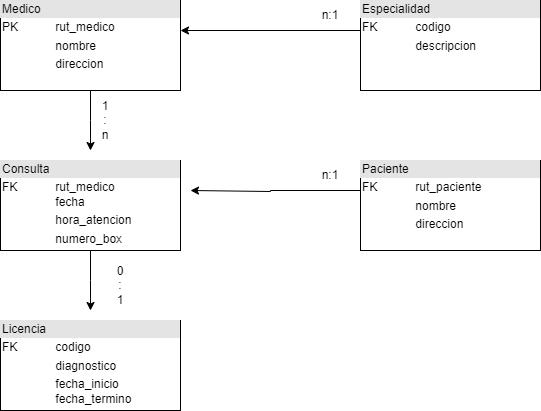
Before: EnzoFlores/DesafioModeloEntidadRelacion.png, a diagram exported from draw.io (G7-Full-Stack-Java-Trainee-0057/M3-Bases_de_Datos). Source tidied: cells renumbered, new cells last; positions are measured from the earlier drawing's top-left corner, leaving out a move shared by most shapes.
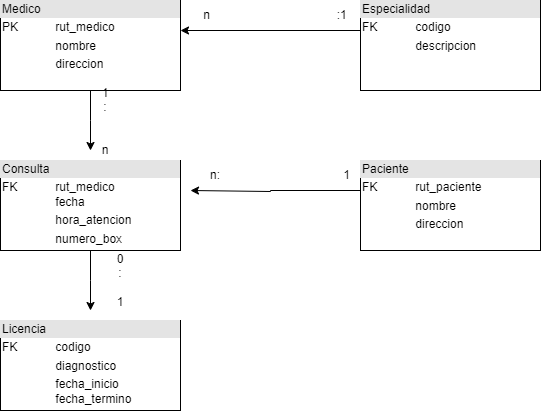
Later version of the same file.

Commit message:
Modificacion diagrama

Diff of the diagram source:
```diff
@@ -43,17 +43,17 @@
     <mxCell id="10" value="&lt;div style=&quot;box-sizing:border-box;width:100%;background:#e4e4e4;padding:2px;&quot;&gt;Licencia&lt;/div&gt;&lt;table style=&quot;width:100%;font-size:1em;&quot; cellpadding=&quot;2&quot; cellspacing=&quot;0&quot;&gt;&lt;tbody&gt;&lt;tr&gt;&lt;td&gt;FK&lt;span style=&quot;white-space: pre;&quot;&gt;&#9;&lt;/span&gt;&lt;span style=&quot;white-space: pre;&quot;&gt;&#9;&lt;/span&gt;codigo&lt;/td&gt;&lt;td&gt;&lt;/td&gt;&lt;/tr&gt;&lt;tr&gt;&lt;td&gt;&lt;span style=&quot;white-space: pre;&quot;&gt;&#9;&lt;/span&gt;&lt;span style=&quot;white-space: pre;&quot;&gt;&#9;&lt;/span&gt;diagnostico&lt;/td&gt;&lt;td&gt;&lt;br&gt;&lt;/td&gt;&lt;/tr&gt;&lt;tr&gt;&lt;td&gt;&lt;span style=&quot;white-space: pre;&quot;&gt;&#9;&lt;/span&gt;&lt;span style=&quot;white-space: pre;&quot;&gt;&#9;&lt;/span&gt;fecha_inicio&lt;br&gt;&lt;span style=&quot;white-space: pre;&quot;&gt;&#9;&lt;/span&gt;&lt;span style=&quot;white-space: pre;&quot;&gt;&#9;&lt;/span&gt;fecha_termino&lt;br&gt;&lt;/td&gt;&lt;td&gt;&lt;/td&gt;&lt;/tr&gt;&lt;/tbody&gt;&lt;/table&gt;" style="verticalAlign=top;align=left;overflow=fill;html=1;whiteSpace=wrap;" parent="1" vertex="1">
       <mxGeometry y="320" width="180" height="90" as="geometry" />
     </mxCell>
-    <mxCell id="11" value="n:1" style="text;strokeColor=none;align=center;fillColor=none;html=1;verticalAlign=middle;whiteSpace=wrap;rounded=0;" parent="1" vertex="1">
-      <mxGeometry x="300" width="60" height="30" as="geometry" />
+    <mxCell id="11" value="n&lt;span style=&quot;white-space: pre;&quot;&gt;&#9;&lt;span style=&quot;white-space: pre;&quot;&gt;&#9;&lt;/span&gt;&lt;span style=&quot;white-space: pre;&quot;&gt;&#9;&lt;/span&gt;&lt;span style=&quot;white-space: pre;&quot;&gt;&#9;&lt;/span&gt;&lt;span style=&quot;white-space: pre;&quot;&gt;&#9;&lt;/span&gt;&lt;/span&gt;:1" style="text;strokeColor=none;align=center;fillColor=none;html=1;verticalAlign=middle;whiteSpace=wrap;rounded=0;" parent="1" vertex="1">
+      <mxGeometry x="190" width="170" height="30" as="geometry" />
     </mxCell>
-    <mxCell id="12" value="1&lt;br&gt;:&lt;br&gt;n" style="text;strokeColor=none;align=center;fillColor=none;html=1;verticalAlign=middle;whiteSpace=wrap;rounded=0;" parent="1" vertex="1">
-      <mxGeometry x="80" y="100" width="50" height="40" as="geometry" />
+    <mxCell id="12" value="1&lt;br&gt;:&lt;br&gt;&lt;br&gt;&lt;div&gt;&lt;br&gt;&lt;/div&gt;&lt;div&gt;n&lt;/div&gt;" style="text;strokeColor=none;align=center;fillColor=none;html=1;verticalAlign=middle;whiteSpace=wrap;rounded=0;" parent="1" vertex="1">
+      <mxGeometry x="80" y="76" width="50" height="89" as="geometry" />
     </mxCell>
-    <mxCell id="13" value="0&lt;br&gt;:&lt;br&gt;1" style="text;strokeColor=none;align=center;fillColor=none;html=1;verticalAlign=middle;whiteSpace=wrap;rounded=0;" parent="1" vertex="1">
-      <mxGeometry x="90" y="270" width="60" height="30" as="geometry" />
+    <mxCell id="13" value="0&lt;br&gt;:&lt;br&gt;&lt;br&gt;&lt;div&gt;1&lt;/div&gt;" style="text;strokeColor=none;align=center;fillColor=none;html=1;verticalAlign=middle;whiteSpace=wrap;rounded=0;" parent="1" vertex="1">
+      <mxGeometry x="90" y="260" width="60" height="40" as="geometry" />
     </mxCell>
-    <mxCell id="14" value="n:1" style="text;strokeColor=none;align=center;fillColor=none;html=1;verticalAlign=middle;whiteSpace=wrap;rounded=0;" parent="1" vertex="1">
-      <mxGeometry x="300" y="160" width="60" height="30" as="geometry" />
+    <mxCell id="14" value="n:&lt;span style=&quot;white-space: pre;&quot;&gt;&#9;&lt;/span&gt;&lt;span style=&quot;white-space: pre;&quot;&gt;&#9;&lt;/span&gt;&lt;span style=&quot;white-space: pre;&quot;&gt;&#9;&lt;/span&gt;&lt;span style=&quot;white-space: pre;&quot;&gt;&#9;&lt;/span&gt;&lt;span style=&quot;white-space: pre;&quot;&gt;&#9;&lt;/span&gt;1" style="text;strokeColor=none;align=center;fillColor=none;html=1;verticalAlign=middle;whiteSpace=wrap;rounded=0;" parent="1" vertex="1">
+      <mxGeometry x="200" y="160" width="160" height="30" as="geometry" />
     </mxCell>
   </root>
 </mxGraphModel>
```
